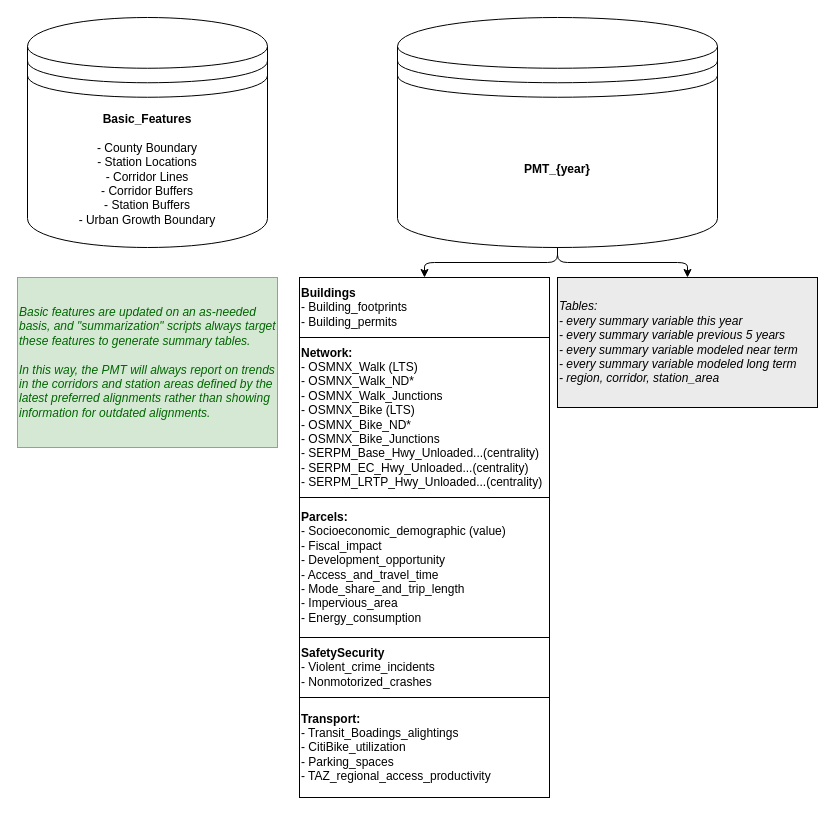
Before: page "GDBContents" (2 of 2) of Untitled Diagram.drawio in renaissanceplanning/Miami-TOD-PMT, a draw.io diagram. Source tidied: cells renumbered, new cells numbered last; positions are measured from the earlier drawing's top-left corner, leaving out a move shared by most shapes. Both pictures are drawn from the tidied source at 100%, with x=0, y=0 at pixel (17, 17).
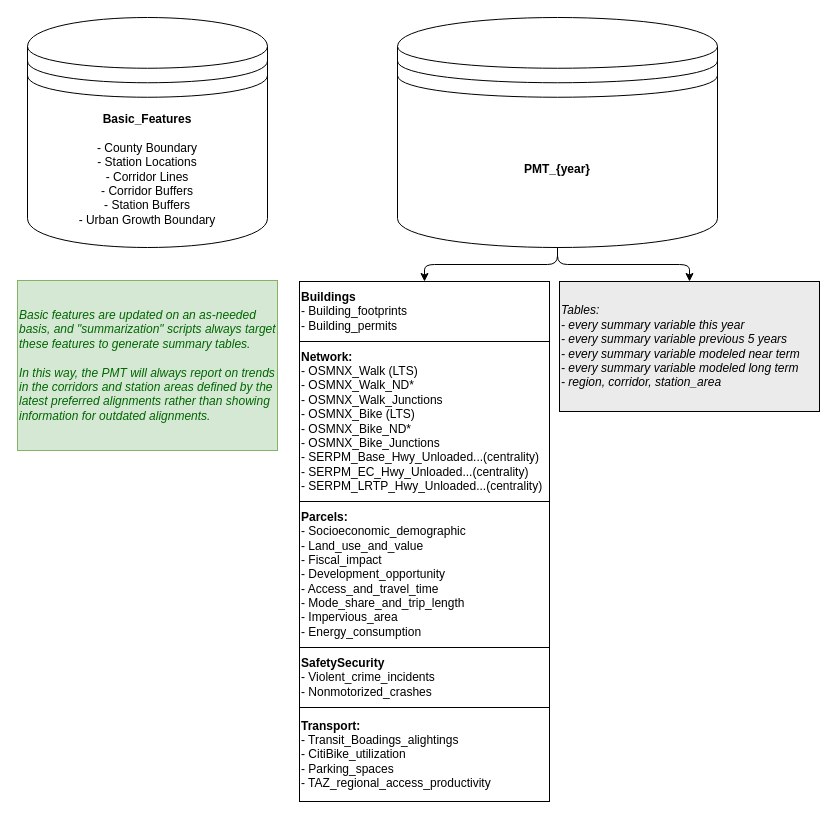
The same diagram, later.

What changed in the source:
```diff
@@
 <mxGraphModel>
   <root>
     <mxCell id="0" />
     <mxCell id="1" parent="0" />
     <mxCell id="2" value="&lt;b&gt;PMT_{year}&lt;/b&gt;" style="shape=datastore;whiteSpace=wrap;html=1;" parent="1" vertex="1">
       <mxGeometry x="380" width="320" height="230" as="geometry" />
     </mxCell>
-    <mxCell id="3" value="&lt;div&gt;&lt;b&gt;Parcels:&lt;/b&gt;&lt;/div&gt;&lt;div&gt;- Socioeconomic_demographic (value)&lt;br&gt;&lt;/div&gt;&lt;div&gt;- Fiscal_impact&lt;/div&gt;&lt;div&gt;- Development_opportunity&lt;/div&gt;&lt;div&gt;- Access_and_travel_time&lt;/div&gt;&lt;div&gt;- Mode_share_and_trip_length&lt;/div&gt;&lt;div&gt;- Impervious_area&lt;br&gt;&lt;/div&gt;&lt;div&gt;- Energy_consumption&lt;/div&gt;" style="text;html=1;align=left;verticalAlign=middle;whiteSpace=wrap;rounded=0;strokeColor=#000000;" parent="1" vertex="1">
-      <mxGeometry x="282" y="480" width="250" height="140" as="geometry" />
+    <mxCell id="3" value="&lt;div&gt;&lt;b&gt;Parcels:&lt;/b&gt;&lt;/div&gt;&lt;div&gt;- Socioeconomic_demographic&lt;br&gt;&lt;/div&gt;&lt;div&gt;- Land_use_and_value&lt;br&gt;&lt;/div&gt;&lt;div&gt;- Fiscal_impact&lt;/div&gt;&lt;div&gt;- Development_opportunity&lt;/div&gt;&lt;div&gt;- Access_and_travel_time&lt;/div&gt;&lt;div&gt;- Mode_share_and_trip_length&lt;/div&gt;&lt;div&gt;- Impervious_area&lt;br&gt;&lt;/div&gt;&lt;div&gt;- Energy_consumption&lt;/div&gt;" style="text;html=1;align=left;verticalAlign=middle;whiteSpace=wrap;rounded=0;strokeColor=#000000;" parent="1" vertex="1">
+      <mxGeometry x="282" y="484" width="250" height="146" as="geometry" />
     </mxCell>
     <mxCell id="4" value="&lt;div&gt;&lt;b&gt;Basic_Features&lt;/b&gt;&lt;/div&gt;&lt;div&gt;&lt;br&gt;&lt;div&gt;- County Boundary&lt;/div&gt;&lt;div&gt;- Station Locations&lt;/div&gt;&lt;div&gt;- Corridor Lines&lt;/div&gt;&lt;div&gt;- Corridor Buffers&lt;/div&gt;&lt;div&gt;- Station Buffers&lt;/div&gt;- Urban Growth Boundary&lt;/div&gt;" style="shape=datastore;whiteSpace=wrap;html=1;" parent="1" vertex="1">
       <mxGeometry x="10" width="240" height="230" as="geometry" />
     </mxCell>
     <mxCell id="5" value="&lt;div&gt;&lt;b&gt;Network:&lt;/b&gt;&lt;/div&gt;&lt;div&gt;- OSMNX_Walk (LTS)&lt;br&gt;&lt;/div&gt;&lt;div&gt;- OSMNX_Walk_ND*&lt;/div&gt;&lt;div&gt;- OSMNX_Walk_Junctions&lt;br&gt;&lt;/div&gt;&lt;div&gt;- OSMNX_Bike (LTS)&lt;br&gt;&lt;/div&gt;&lt;div&gt;- OSMNX_Bike_ND*&lt;/div&gt;&lt;div&gt;- OSMNX_Bike_Junctions&lt;/div&gt;&lt;div&gt;- SERPM_Base_Hwy_Unloaded...(centrality)&lt;/div&gt;&lt;div&gt;- SERPM_EC_Hwy_Unloaded...(centrality)&lt;/div&gt;&lt;div&gt;- SERPM_LRTP_Hwy_Unloaded...(centrality)&lt;/div&gt;" style="text;html=1;align=left;verticalAlign=middle;whiteSpace=wrap;rounded=0;strokeColor=#000000;" parent="1" vertex="1">
-      <mxGeometry x="282" y="320" width="250" height="160" as="geometry" />
+      <mxGeometry x="282" y="324" width="250" height="160" as="geometry" />
     </mxCell>
     <mxCell id="6" value="&lt;div&gt;&lt;b&gt;Transport:&lt;/b&gt;&lt;/div&gt;&lt;div&gt;- Transit_Boadings_alightings&lt;/div&gt;&lt;div&gt;- CitiBike_utilization&lt;/div&gt;&lt;div&gt;- Parking_spaces&lt;/div&gt;&lt;div&gt;- TAZ_regional_access_productivity&lt;/div&gt;" style="text;html=1;align=left;verticalAlign=middle;whiteSpace=wrap;rounded=0;strokeColor=#000000;" parent="1" vertex="1">
-      <mxGeometry x="282" y="680" width="250" height="100" as="geometry" />
+      <mxGeometry x="282" y="690" width="250" height="94" as="geometry" />
     </mxCell>
     <mxCell id="7" value="&lt;div&gt;&lt;b&gt;SafetySecurity&lt;/b&gt;&lt;/div&gt;&lt;div&gt;- Violent_crime_incidents&lt;/div&gt;&lt;div&gt;- Nonmotorized_crashes&lt;br&gt;&lt;/div&gt;" style="text;html=1;align=left;verticalAlign=middle;whiteSpace=wrap;rounded=0;strokeColor=#000000;" parent="1" vertex="1">
-      <mxGeometry x="282" y="620" width="250" height="60" as="geometry" />
+      <mxGeometry x="282" y="630" width="250" height="60" as="geometry" />
     </mxCell>
     <mxCell id="8" value="&lt;div&gt;&lt;i&gt;Tables:&lt;/i&gt;&lt;/div&gt;&lt;div&gt;&lt;i&gt;- every summary variable this year&lt;br&gt;&lt;/i&gt;&lt;/div&gt;&lt;div&gt;&lt;i&gt;- every summary variable previous 5 years&lt;/i&gt;&lt;/div&gt;&lt;div&gt;&lt;i&gt;- every summary variable modeled near term&lt;/i&gt;&lt;/div&gt;&lt;div&gt;&lt;i&gt;- every summary variable modeled long term&lt;br&gt;&lt;/i&gt;&lt;/div&gt;&lt;div&gt;&lt;i&gt;- region, corridor, station_area&lt;br&gt;&lt;/i&gt;&lt;/div&gt;" style="text;html=1;align=left;verticalAlign=middle;whiteSpace=wrap;rounded=0;strokeColor=#000000;fillColor=#EBEBEB;" parent="1" vertex="1">
-      <mxGeometry x="540" y="260" width="260" height="130" as="geometry" />
+      <mxGeometry x="542" y="264" width="260" height="130" as="geometry" />
     </mxCell>
     <mxCell id="9" value="&lt;div&gt;&lt;b&gt;Buildings&lt;/b&gt;&lt;/div&gt;&lt;div&gt;- Building_footprints&lt;/div&gt;&lt;div&gt;- Building_permits&lt;br&gt;&lt;/div&gt;" style="text;html=1;align=left;verticalAlign=middle;whiteSpace=wrap;rounded=0;strokeColor=#000000;" parent="1" vertex="1">
-      <mxGeometry x="282" y="260" width="250" height="60" as="geometry" />
+      <mxGeometry x="282" y="264" width="250" height="60" as="geometry" />
     </mxCell>
     <mxCell id="10" style="endArrow=classic;html=1;strokeWidth=1;fontColor=#000099;edgeStyle=orthogonalEdgeStyle;" parent="1" edge="1" source="2" target="9">
       <mxGeometry relative="1" as="geometry" />
     </mxCell>
     <mxCell id="11" style="endArrow=classic;html=1;strokeWidth=1;fontColor=#000099;edgeStyle=orthogonalEdgeStyle;" parent="1" edge="1" source="2" target="8">
       <mxGeometry relative="1" as="geometry" />
     </mxCell>
     <mxCell id="12" value="&lt;div&gt;&lt;font color=&quot;#006600&quot;&gt;&lt;i&gt;Basic features are updated on an as-needed basis, and &quot;summarization&quot; scripts always target these features to generate summary tables. &lt;br&gt;&lt;/i&gt;&lt;/font&gt;&lt;/div&gt;&lt;div&gt;&lt;font color=&quot;#006600&quot;&gt;&lt;i&gt;&lt;br&gt;&lt;/i&gt;&lt;/font&gt;&lt;/div&gt;&lt;div&gt;&lt;font color=&quot;#006600&quot;&gt;&lt;i&gt;In this way, the PMT will always report on trends in the corridors and station areas defined by the latest preferred alignments rather than showing information for outdated alignments. &lt;br&gt;&lt;/i&gt;&lt;/font&gt;&lt;/div&gt;" style="text;html=1;align=left;verticalAlign=middle;whiteSpace=wrap;rounded=0;strokeColor=#82b366;fillColor=#d5e8d4;" parent="1" vertex="1">
-      <mxGeometry y="260" width="260" height="170" as="geometry" />
+      <mxGeometry y="263" width="260" height="170" as="geometry" />
     </mxCell>
   </root>
 </mxGraphModel>
```
